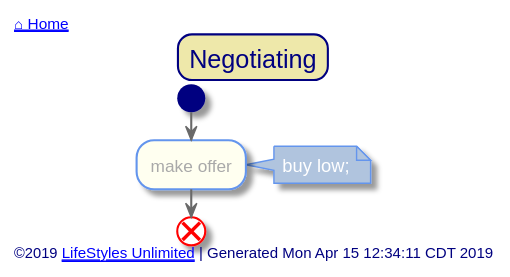
toddmo/lifestylesunlimited keeps this PlantUML diagram as out/src/single-family/negotiating.svg. Above is the earlier version.
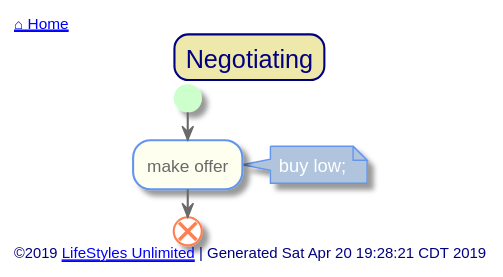
Above is the later version.

Diff of the diagram source:
```diff
@@ -16,7 +16,8 @@
 skinparam activity {
   BackgroundColor Ivory
   BorderColor CornflowerBlue
-  FontColor DarkGray
+  FontColor DimGray
+
 
   Arrow {
     Color dimgray
@@ -24,11 +25,11 @@
   }
 
   Start {
-    Color Navy
+    Color PHYSICAL
   }
 
   End {
-    Color Red
+    Color Coral
   }
 
   Diamond {
@@ -46,13 +47,21 @@
 }
 
 skinparam Partition {
-  BackgroundColor DarkSeaGreen
+  BackgroundColor Ivory
   BorderColor CornflowerBlue
   BorderThickness 1
+  FontColor CornflowerBlue
+  FontSize 16
+  BorderRoundCorner 20
+}
+
+skinparam Note {
+  BackgroundColor LightSteelBlue
+  BorderColor CornflowerBlue
   FontColor White
-  FontSize 16
 }
-skinparam Note {
+
+skinparam Legend {
   BackgroundColor LightSteelBlue
   BorderColor CornflowerBlue
   FontColor White
@@ -76,8 +85,9 @@
 
 	end
 
+
 left footer
-	©2019 [[http://www.lifestylesunlimited.com LifeStyles Unlimited]] | Generated Mon Apr 15 12:34:11 CDT 2019
+	©2019 [[http://www.lifestylesunlimited.com LifeStyles Unlimited]] | Generated Sat Apr 20 19:28:21 CDT 2019
 endfooter
 
 
```
